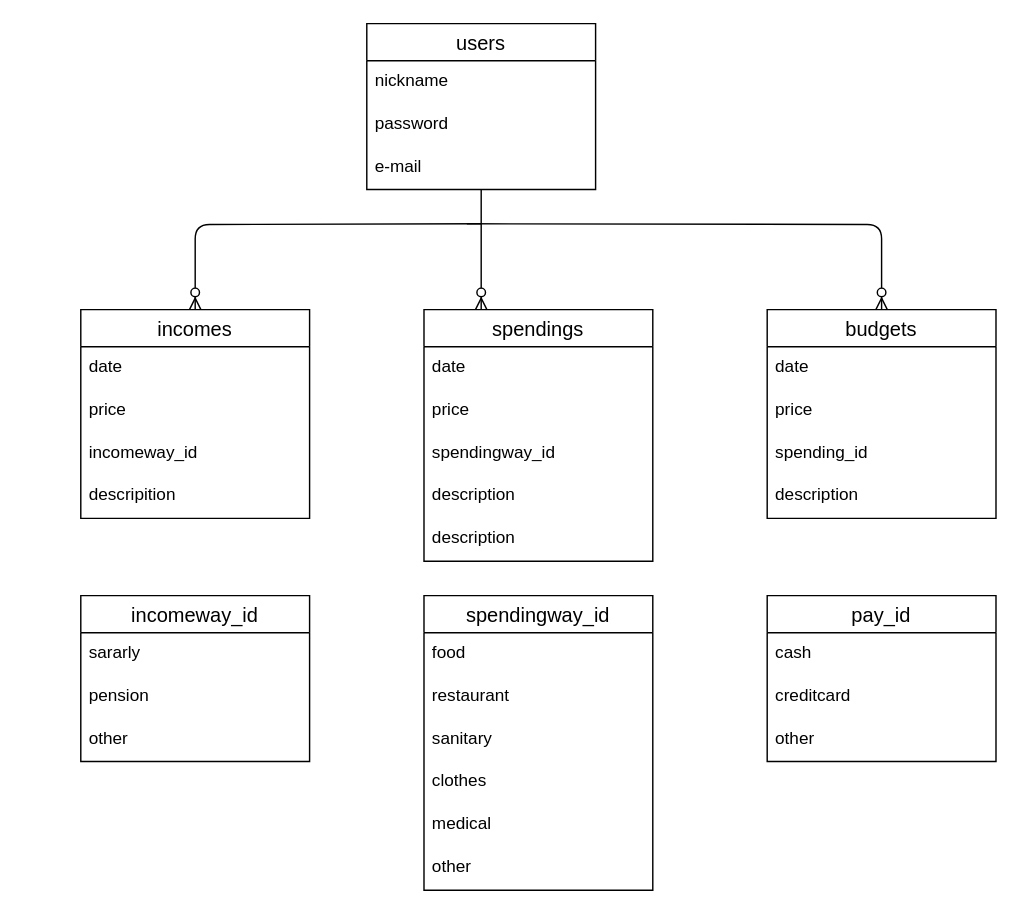
Above: ER.dio in aiko38975/kakeibo (draw.io), before the change. Source tidied: cells renumbered, new cells numbered last; positions are measured from the earlier drawing's top-left corner, leaving out a move shared by most shapes. Both pictures are drawn from the tidied source at 143%, with x=0, y=0 at pixel (80, 23).
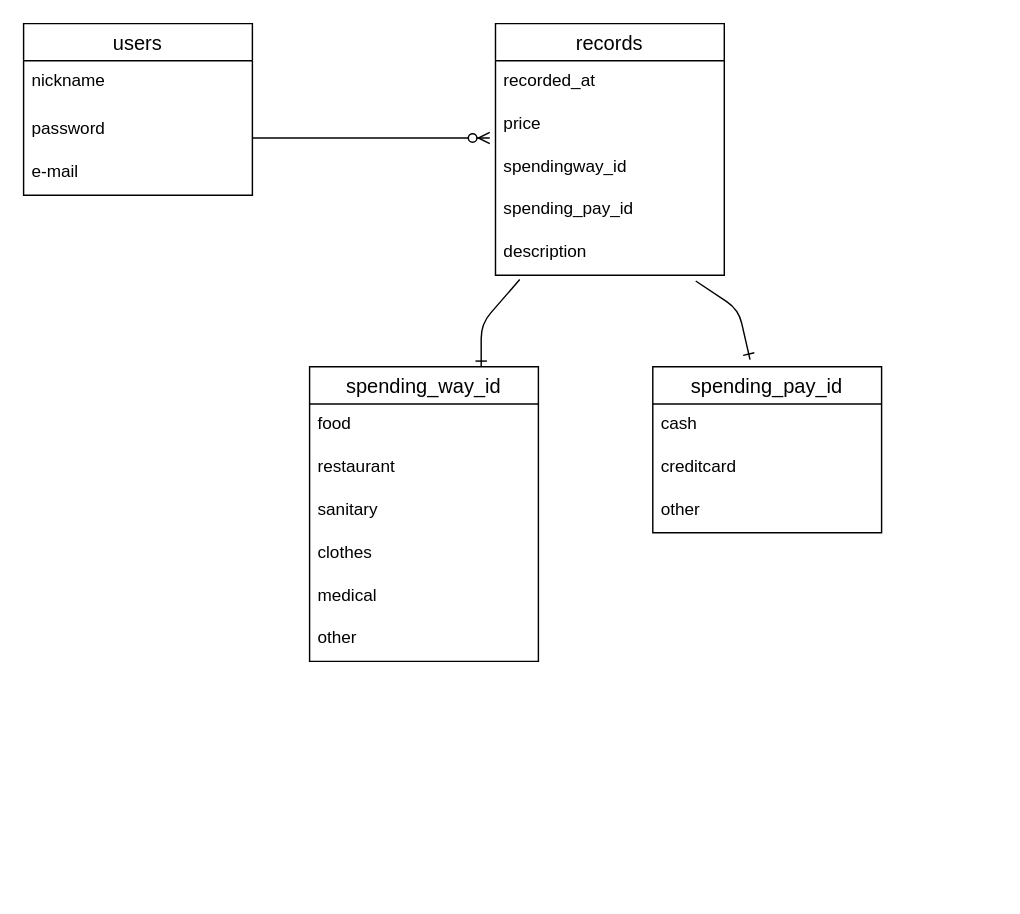
After the change.

The change refers to these unchanged cells:
```xml
<mxCell id="13" value="price" style="text;strokeColor=none;fillColor=none;spacingLeft=4;spacingRight=4;overflow=hidden;points=[[0,0.5],[1,0.5]];portConstraint=eastwest;fontSize=12;" parent="11" vertex="1">
  <mxGeometry y="56" width="160" height="30" as="geometry" />
</mxCell>
<mxCell id="16" value="description" style="text;strokeColor=none;fillColor=none;spacingLeft=4;spacingRight=4;overflow=hidden;points=[[0,0.5],[1,0.5]];portConstraint=eastwest;fontSize=12;" parent="11" vertex="1">
  <mxGeometry y="146" width="160" height="30" as="geometry" />
</mxCell>
```

Diff of the diagram source:
```diff
@@
     <mxCell id="2" value="users" style="swimlane;fontStyle=0;horizontal=1;startSize=26;align=center;fontSize=14;" parent="1" vertex="1">
-      <mxGeometry x="200" width="160" height="116" as="geometry" />
+      <mxGeometry x="-40" width="160" height="120" as="geometry" />
     </mxCell>
     <mxCell id="3" value="nickname" style="text;strokeColor=none;fillColor=none;spacingLeft=4;spacingRight=4;overflow=hidden;fontSize=12;" parent="2" vertex="1">
-      <mxGeometry y="26" width="160" height="30" as="geometry" />
+      <mxGeometry y="26" width="160" height="34" as="geometry" />
     </mxCell>
     <mxCell id="4" value="password" style="text;strokeColor=none;fillColor=none;spacingLeft=4;spacingRight=4;overflow=hidden;fontSize=12;" parent="2" vertex="1">
-      <mxGeometry y="56" width="160" height="30" as="geometry" />
+      <mxGeometry y="60" width="160" height="30" as="geometry" />
     </mxCell>
     <mxCell id="5" value="e-mail" style="text;strokeColor=none;fillColor=none;spacingLeft=4;spacingRight=4;overflow=hidden;fontSize=12;" parent="2" vertex="1">
-      <mxGeometry y="86" width="160" height="30" as="geometry" />
+      <mxGeometry y="90" width="160" height="30" as="geometry" />
     </mxCell>
-    <mxCell id="6" value="incomes" style="swimlane;fontStyle=0;horizontal=1;startSize=26;align=center;fontSize=14;" parent="1" vertex="1">
-      <mxGeometry y="200" width="160" height="146" as="geometry" />
-    </mxCell>
-    <mxCell id="7" value="date" style="text;strokeColor=none;fillColor=none;spacingLeft=4;spacingRight=4;overflow=hidden;fontSize=12;" parent="6" vertex="1">
-      <mxGeometry y="26" width="160" height="30" as="geometry" />
-    </mxCell>
-    <mxCell id="8" value="price" style="text;strokeColor=none;fillColor=none;spacingLeft=4;spacingRight=4;overflow=hidden;fontSize=12;" parent="6" vertex="1">
-      <mxGeometry y="56" width="160" height="30" as="geometry" />
-    </mxCell>
-    <mxCell id="9" value="incomeway_id" style="text;strokeColor=none;fillColor=none;spacingLeft=4;spacingRight=4;overflow=hidden;fontSize=12;" parent="6" vertex="1">
-      <mxGeometry y="86" width="160" height="30" as="geometry" />
-    </mxCell>
-    <mxCell id="10" value="descripition" style="text;strokeColor=none;fillColor=none;spacingLeft=4;spacingRight=4;overflow=hidden;fontSize=12;" parent="6" vertex="1">
-      <mxGeometry y="116" width="160" height="30" as="geometry" />
-    </mxCell>
-    <mxCell id="11" value="spendings" style="swimlane;fontStyle=0;horizontal=1;startSize=26;align=center;fontSize=14;" parent="1" vertex="1">
-      <mxGeometry x="240" y="200" width="160" height="176" as="geometry" />
+    <mxCell id="11" value="records" style="swimlane;fontStyle=0;horizontal=1;startSize=26;align=center;fontSize=14;" parent="1" vertex="1">
+      <mxGeometry x="290" width="160" height="176" as="geometry" />
     </mxCell>
-    <mxCell id="12" value="date" style="text;strokeColor=none;fillColor=none;spacingLeft=4;spacingRight=4;overflow=hidden;fontSize=12;" parent="11" vertex="1">
+    <mxCell id="12" value="recorded_at" style="text;strokeColor=none;fillColor=none;spacingLeft=4;spacingRight=4;overflow=hidden;fontSize=12;" parent="11" vertex="1">
       <mxGeometry y="26" width="160" height="30" as="geometry" />
     </mxCell>
@@
-    <mxCell id="15" value="description" style="text;strokeColor=none;fillColor=none;spacingLeft=4;spacingRight=4;overflow=hidden;fontSize=12;" parent="11" vertex="1">
+    <mxCell id="15" value="spending_pay_id" style="text;strokeColor=none;fillColor=none;spacingLeft=4;spacingRight=4;overflow=hidden;fontSize=12;" parent="11" vertex="1">
       <mxGeometry y="116" width="160" height="30" as="geometry" />
     </mxCell>
@@
-    <mxCell id="17" value="incomeway_id" style="swimlane;fontStyle=0;horizontal=1;startSize=26;align=center;fontSize=14;" parent="1" vertex="1">
-      <mxGeometry y="400" width="160" height="116" as="geometry" />
-    </mxCell>
-    <mxCell id="18" value="sararly" style="text;strokeColor=none;fillColor=none;spacingLeft=4;spacingRight=4;overflow=hidden;fontSize=12;" parent="17" vertex="1">
-      <mxGeometry y="26" width="160" height="30" as="geometry" />
-    </mxCell>
-    <mxCell id="19" value="pension" style="text;strokeColor=none;fillColor=none;spacingLeft=4;spacingRight=4;overflow=hidden;fontSize=12;" parent="17" vertex="1">
-      <mxGeometry y="56" width="160" height="30" as="geometry" />
-    </mxCell>
-    <mxCell id="20" value="other" style="text;strokeColor=none;fillColor=none;spacingLeft=4;spacingRight=4;overflow=hidden;fontSize=12;" parent="17" vertex="1">
-      <mxGeometry y="86" width="160" height="30" as="geometry" />
-    </mxCell>
-    <mxCell id="21" value="spendingway_id" style="swimlane;fontStyle=0;horizontal=1;startSize=26;align=center;fontSize=14;" parent="1" vertex="1">
-      <mxGeometry x="240" y="400" width="160" height="206" as="geometry" />
+    <mxCell id="21" value="spending_way_id" style="swimlane;fontStyle=0;horizontal=1;startSize=26;align=center;fontSize=14;" parent="1" vertex="1">
+      <mxGeometry x="160" y="240" width="160" height="206" as="geometry" />
     </mxCell>
@@
-    <mxCell id="28" value="budgets" style="swimlane;fontStyle=0;horizontal=1;startSize=26;align=center;fontSize=14;" parent="1" vertex="1">
-      <mxGeometry x="480" y="200" width="160" height="146" as="geometry" />
-    </mxCell>
-    <mxCell id="29" value="date" style="text;strokeColor=none;fillColor=none;spacingLeft=4;spacingRight=4;overflow=hidden;fontSize=12;" parent="28" vertex="1">
-      <mxGeometry y="26" width="160" height="30" as="geometry" />
-    </mxCell>
-    <mxCell id="30" value="price" style="text;strokeColor=none;fillColor=none;spacingLeft=4;spacingRight=4;overflow=hidden;fontSize=12;" parent="28" vertex="1">
-      <mxGeometry y="56" width="160" height="30" as="geometry" />
-    </mxCell>
-    <mxCell id="31" value="spending_id" style="text;strokeColor=none;fillColor=none;spacingLeft=4;spacingRight=4;overflow=hidden;fontSize=12;" parent="28" vertex="1">
-      <mxGeometry y="86" width="160" height="30" as="geometry" />
-    </mxCell>
-    <mxCell id="32" value="description" style="text;strokeColor=none;fillColor=none;spacingLeft=4;spacingRight=4;overflow=hidden;fontSize=12;" parent="28" vertex="1">
-      <mxGeometry y="116" width="160" height="30" as="geometry" />
-    </mxCell>
-    <mxCell id="33" style="fontSize=12;html=1;endArrow=ERzeroToMany;endFill=1;entryX=0.25;entryY=0;entryDx=0;entryDy=0;" parent="1" edge="1" target="11">
-      <mxGeometry relative="1" as="geometry">
-        <mxPoint x="280" y="116" as="sourcePoint" />
-      </mxGeometry>
-    </mxCell>
-    <mxCell id="34" style="edgeStyle=orthogonalEdgeStyle;fontSize=12;html=1;endArrow=ERzeroToMany;endFill=1;entryX=0.5;entryY=0;entryDx=0;entryDy=0;" parent="1" edge="1" target="6">
-      <mxGeometry relative="1" as="geometry">
-        <mxPoint x="280" y="140" as="sourcePoint" />
-      </mxGeometry>
-    </mxCell>
-    <mxCell id="35" style="edgeStyle=orthogonalEdgeStyle;fontSize=12;html=1;endArrow=ERzeroToMany;endFill=1;entryX=0.5;entryY=0;entryDx=0;entryDy=0;" parent="1" edge="1" target="28">
-      <mxGeometry relative="1" as="geometry">
-        <mxPoint x="270" y="140" as="sourcePoint" />
-      </mxGeometry>
-    </mxCell>
-    <mxCell id="36" value="pay_id" style="swimlane;fontStyle=0;horizontal=1;startSize=26;align=center;fontSize=14;" parent="1" vertex="1">
-      <mxGeometry x="480" y="400" width="160" height="116" as="geometry" />
+    <mxCell id="36" value="spending_pay_id" style="swimlane;fontStyle=0;horizontal=1;startSize=26;align=center;fontSize=14;" parent="1" vertex="1">
+      <mxGeometry x="400" y="240" width="160" height="116" as="geometry" />
     </mxCell>
@@
+    <mxCell id="40" style="edgeStyle=entityRelationEdgeStyle;fontSize=12;html=1;endArrow=ERzeroToMany;endFill=1;entryX=-0.025;entryY=0.8;entryDx=0;entryDy=0;entryPerimeter=0;" parent="1" edge="1" target="13">
+      <mxGeometry relative="1" as="geometry">
+        <mxPoint x="120" y="80" as="sourcePoint" />
+      </mxGeometry>
+    </mxCell>
+    <mxCell id="41" style="edgeStyle=none;html=1;exitX=0.106;exitY=1.1;exitDx=0;exitDy=0;endArrow=ERone;endFill=0;exitPerimeter=0;entryX=0.75;entryY=0;entryDx=0;entryDy=0;" parent="1" edge="1" source="16" target="21">
+      <mxGeometry relative="1" as="geometry">
+        <Array as="points">
+          <mxPoint x="280" y="210" />
+        </Array>
+      </mxGeometry>
+    </mxCell>
+    <mxCell id="42" style="edgeStyle=none;html=1;entryX=0.425;entryY=-0.043;entryDx=0;entryDy=0;entryPerimeter=0;endArrow=ERone;endFill=0;" parent="1" edge="1" target="36">
+      <mxGeometry relative="1" as="geometry">
+        <mxPoint x="430" y="180" as="sourcePoint" />
+        <Array as="points">
+          <mxPoint x="460" y="200" />
+        </Array>
+      </mxGeometry>
+    </mxCell>
```
